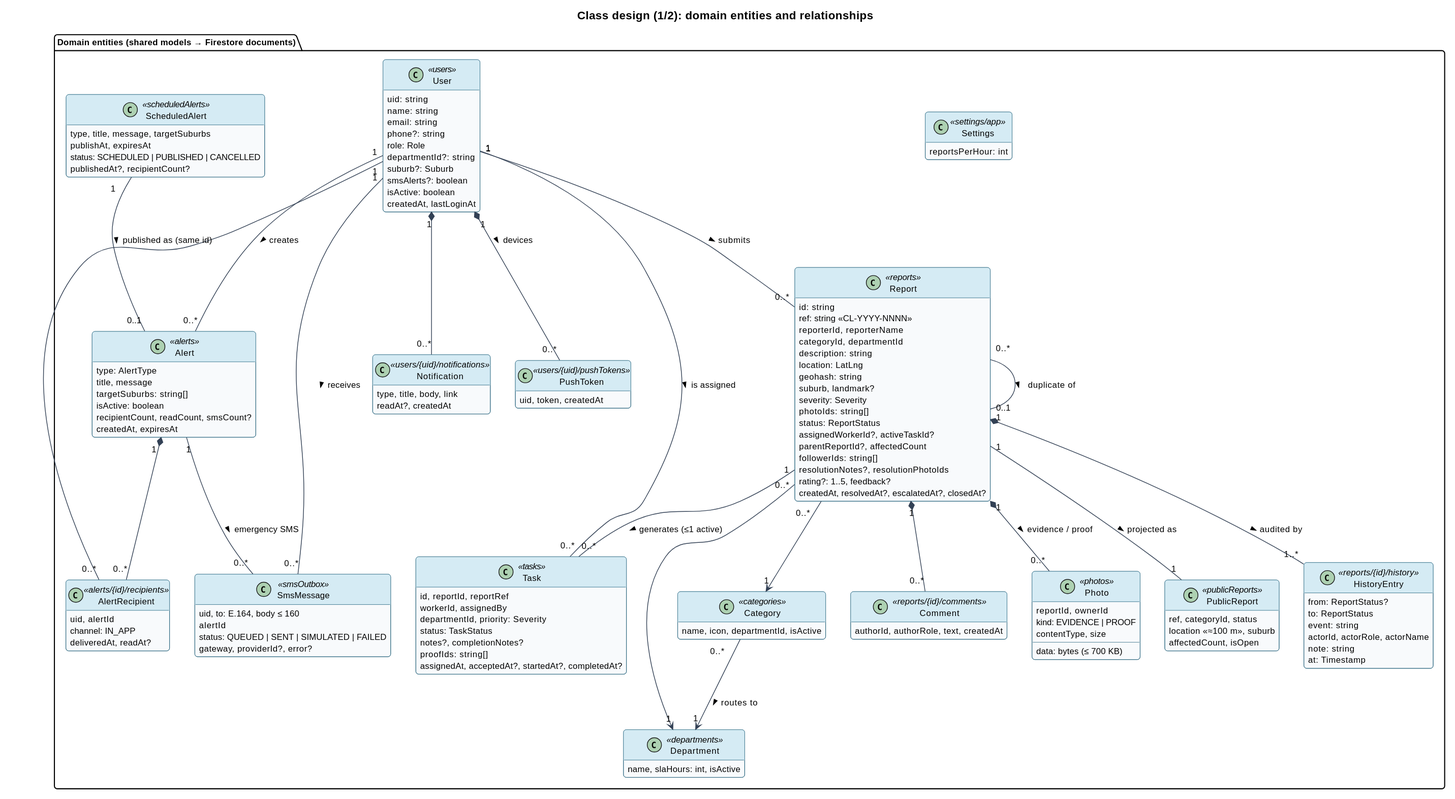
The PlantUML diagram docs/diagrams/class-domain.svg in altechemist/civiclink, before a commit.
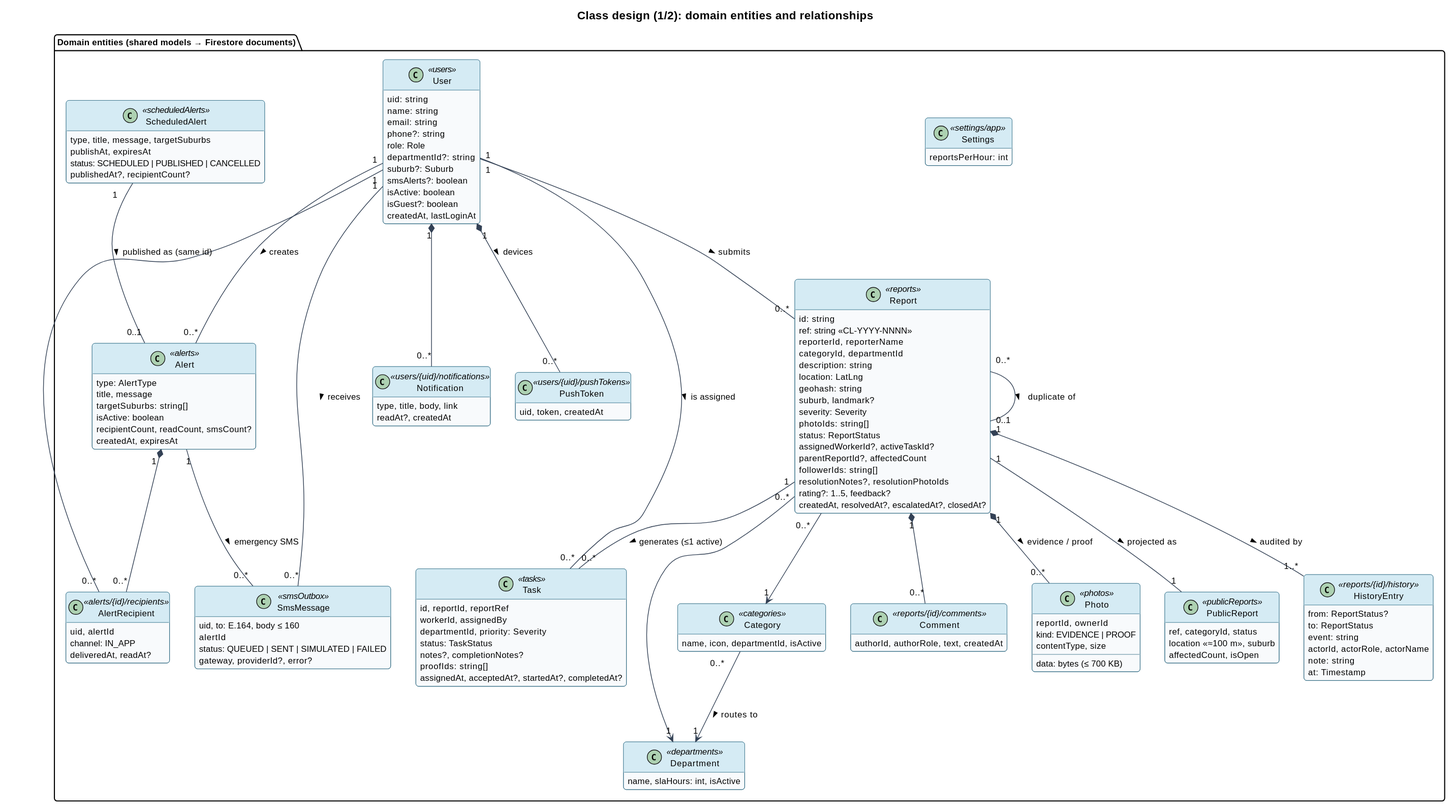
After the commit.

Diff of the diagram source:
```diff
@@ -13,6 +13,7 @@
     suburb?: Suburb
     smsAlerts?: boolean
     isActive: boolean
+    isGuest?: boolean
     createdAt, lastLoginAt
   }
   class Report <<reports>> {
```
